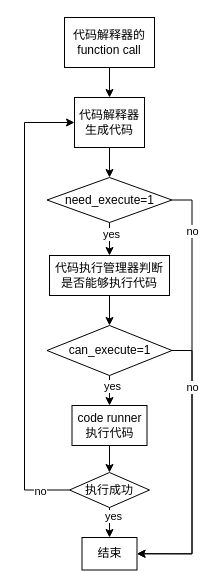
Earlier version of the draw.io diagram 代码解释器.drawio (sunray42/diagrams). Source tidied: cells renumbered, new cells numbered last; positions are measured from the earlier drawing's top-left corner, leaving out a move shared by most shapes. Both pictures are drawn from the tidied source at 100%, with x=0, y=0 at pixel (24, 17).
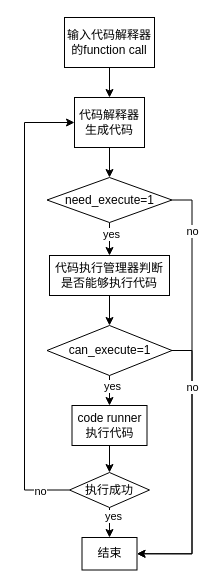
Above is the later version.

Commit message (it also covers changes not shown here):
更新代码解释器.drawio

What changed in the source:
```diff
@@
-    <mxCell id="12" value="代码解释器的function call" style="rounded=0;whiteSpace=wrap;html=1;" parent="1" vertex="1">
+    <mxCell id="12" value="输入代码解释器的function call" style="rounded=0;whiteSpace=wrap;html=1;" parent="1" vertex="1">
       <mxGeometry x="40" width="90" height="50" as="geometry" />
     </mxCell>
```
